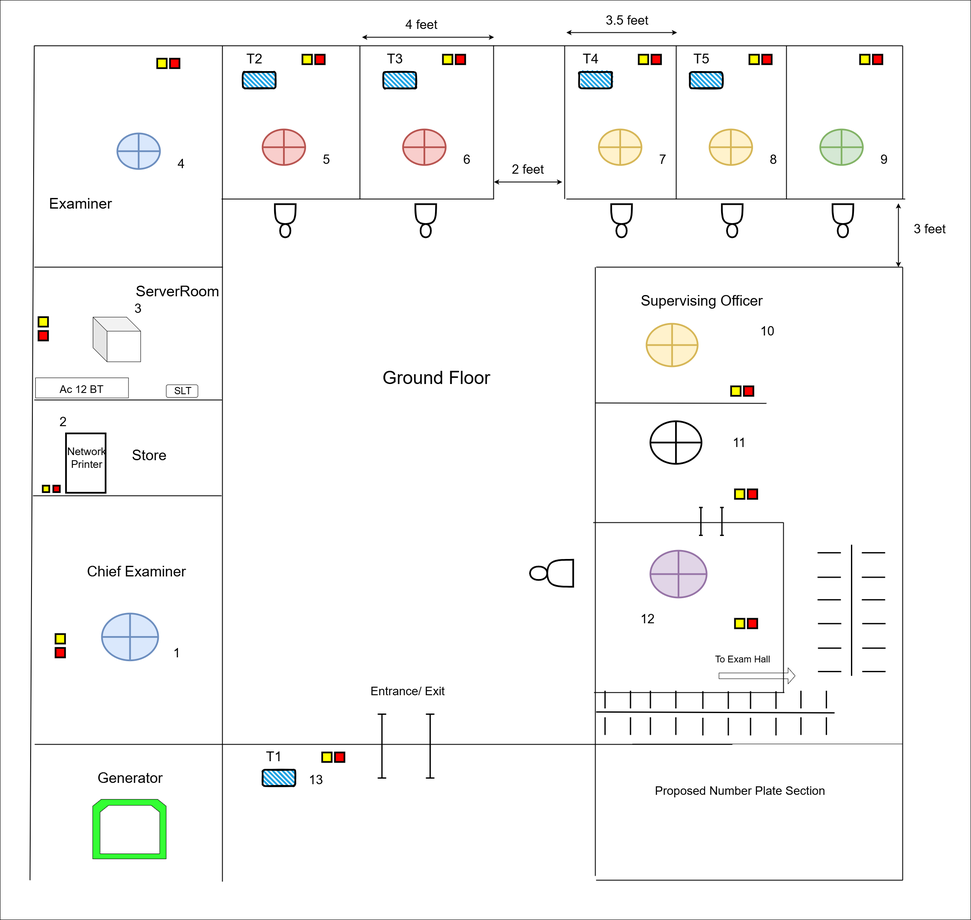
thushan-harshajeewa/dmt-diagrams keeps this draw.io diagram as Batticaload.png. Above is the earlier version. Source tidied: cells renumbered, new cells last; positions are measured from the earlier drawing's top-left corner, leaving out a move shared by most shapes.
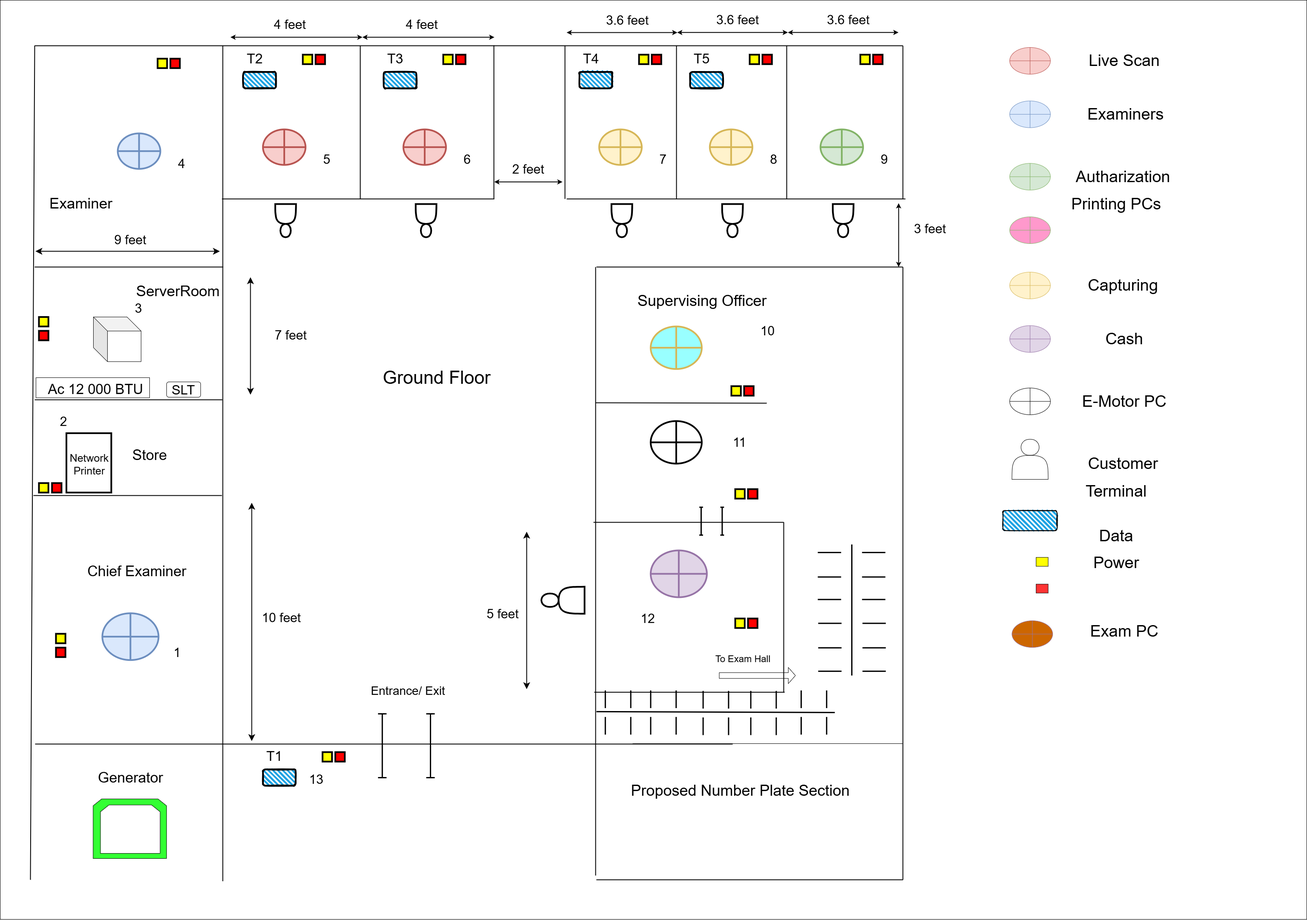
Later version of the same file.

Diff of the diagram source:
```diff
@@ -3,7 +3,7 @@
     <mxCell id="0" />
     <mxCell id="1" parent="0" />
     <mxCell id="2" style="rounded=0;whiteSpace=wrap;html=1;" parent="1" vertex="1">
-      <mxGeometry width="2280" height="2160" as="geometry" />
+      <mxGeometry x="-1" width="3070" height="2160" as="geometry" />
     </mxCell>
     <mxCell id="3" style="endArrow=none;html=1;strokeWidth=2;" parent="1" edge="1">
       <mxGeometry relative="1" as="geometry">
@@ -224,8 +224,8 @@
     <mxCell id="55" style="rounded=0;whiteSpace=wrap;html=1;fillColor=#FF0000;strokeWidth=4;" parent="1" vertex="1">
       <mxGeometry x="740" y="128" width="22.2" height="22.2" as="geometry" />
     </mxCell>
-    <mxCell id="56" style="shape=orEllipse;perimeter=ellipsePerimeter;whiteSpace=wrap;html=1;backgroundOutline=1;fillColor=#fff2cc;strokeColor=#d6b656;strokeWidth=4;" parent="1" vertex="1">
-      <mxGeometry x="1518.3" y="760" width="120" height="100" as="geometry" />
+    <mxCell id="56" style="shape=orEllipse;perimeter=ellipsePerimeter;whiteSpace=wrap;html=1;backgroundOutline=1;fillColor=#99FFFF;strokeColor=#d6b656;strokeWidth=4;" parent="1" vertex="1">
+      <mxGeometry x="1527.4" y="766.7" width="120" height="100" as="geometry" />
     </mxCell>
     <mxCell id="57" style="rounded=0;whiteSpace=wrap;html=1;fillColor=#FFFF00;strokeWidth=4;" parent="1" vertex="1">
       <mxGeometry x="1717" y="907" width="22.2" height="22.2" as="geometry" />
@@ -252,9 +252,9 @@
       <mxGeometry x="1756.1" y="1453" width="22.2" height="22.2" as="geometry" />
     </mxCell>
     <mxCell id="65" style="shape=actor;whiteSpace=wrap;html=1;direction=west;strokeWidth=4;rotation=90;" parent="1" vertex="1">
-      <mxGeometry x="1263.6" y="1295.4" width="63.3" height="101.3" as="geometry" />
+      <mxGeometry x="1289.6" y="1359.4" width="63.3" height="101.3" as="geometry" />
     </mxCell>
-    <mxCell id="66" value="&lt;font style=&quot;font-size: 34px;&quot;&gt;Supervising Officer&lt;/font&gt;" style="text;html=1;align=center;verticalAlign=middle;whiteSpace=wrap;rounded=0;strokeWidth=4;" parent="1" vertex="1">
+    <mxCell id="66" value="&lt;font style=&quot;font-size: 36px;&quot;&gt;Supervising Officer&lt;/font&gt;" style="text;html=1;align=center;verticalAlign=middle;whiteSpace=wrap;rounded=0;strokeWidth=4;" parent="1" vertex="1">
       <mxGeometry x="1488.4" y="695.7" width="320.6" height="20.3" as="geometry" />
     </mxCell>
     <mxCell id="67" value="&lt;font style=&quot;font-size: 34px;&quot;&gt;Chief Examiner&lt;/font&gt;" style="text;html=1;align=center;verticalAlign=middle;whiteSpace=wrap;rounded=0;strokeWidth=4;" parent="1" vertex="1">
@@ -279,16 +279,16 @@
       <mxGeometry x="218" y="744.4" width="112" height="104.9" as="geometry" />
     </mxCell>
     <mxCell id="74" style="rounded=1;whiteSpace=wrap;html=1;" parent="1" vertex="1">
-      <mxGeometry x="390" y="903.3" width="74.4" height="29.7" as="geometry" />
+      <mxGeometry x="390" y="897" width="80" height="36" as="geometry" />
     </mxCell>
     <mxCell id="75" style="rounded=0;whiteSpace=wrap;html=1;direction=south;" parent="1" vertex="1">
-      <mxGeometry x="83" y="887" width="218.3" height="47.3" as="geometry" />
+      <mxGeometry x="83" y="887" width="267" height="47.3" as="geometry" />
     </mxCell>
-    <mxCell id="76" value="&lt;font style=&quot;font-size: 25px;&quot;&gt;Ac 12 BT&lt;/font&gt;" style="text;html=1;align=center;verticalAlign=middle;whiteSpace=wrap;rounded=0;rotation=0;strokeWidth=2;" parent="1" vertex="1">
-      <mxGeometry x="136.7" y="910.9" width="109.2" height="4.7" as="geometry" />
+    <mxCell id="76" value="&lt;font style=&quot;font-size: 33px;&quot;&gt;Ac 12 000 BTU&lt;/font&gt;" style="text;html=1;align=center;verticalAlign=middle;whiteSpace=wrap;rounded=0;rotation=0;strokeWidth=2;" parent="1" vertex="1">
+      <mxGeometry x="96.7" y="910.9" width="253.3" height="4.7" as="geometry" />
     </mxCell>
-    <mxCell id="77" value="&lt;font style=&quot;font-size: 23px;&quot;&gt;SLT&lt;/font&gt;" style="text;html=1;align=center;verticalAlign=middle;whiteSpace=wrap;rounded=0;rotation=0;" parent="1" vertex="1">
-      <mxGeometry x="414.2" y="915.5" width="31" height="4.7" as="geometry" />
+    <mxCell id="77" value="&lt;font style=&quot;font-size: 31px;&quot;&gt;SLT&lt;/font&gt;" style="text;html=1;align=center;verticalAlign=middle;whiteSpace=wrap;rounded=0;rotation=0;" parent="1" vertex="1">
+      <mxGeometry x="414.2" y="912.5" width="31" height="4.7" as="geometry" />
     </mxCell>
     <mxCell id="78" value="&lt;font style=&quot;font-size: 30px;&quot;&gt;3&lt;/font&gt;" style="text;html=1;align=center;verticalAlign=middle;whiteSpace=wrap;rounded=0;strokeWidth=4;" parent="1" vertex="1">
       <mxGeometry x="309" y="718.1" width="29.5" height="11.8" as="geometry" />
@@ -551,8 +551,8 @@
         <mxPoint x="2120" y="2067" as="targetPoint" />
       </mxGeometry>
     </mxCell>
-    <mxCell id="128" value="&lt;font style=&quot;font-size: 28px;&quot;&gt;Proposed Number Plate Section&lt;/font&gt;" style="text;html=1;align=center;verticalAlign=middle;strokeColor=none;fillColor=none;" parent="1" vertex="1">
-      <mxGeometry x="1528.2" y="1832" width="420" height="50" as="geometry" />
+    <mxCell id="128" value="&lt;font style=&quot;font-size: 36px;&quot;&gt;Proposed Number Plate Section&lt;/font&gt;" style="text;html=1;align=center;verticalAlign=middle;strokeColor=none;fillColor=none;" parent="1" vertex="1">
+      <mxGeometry x="1468.2" y="1827" width="540" height="60" as="geometry" />
     </mxCell>
     <mxCell id="129" value="&lt;font style=&quot;font-size: 30px;&quot;&gt;1&lt;/font&gt;" style="text;html=1;align=center;verticalAlign=middle;whiteSpace=wrap;rounded=0;strokeWidth=4;" parent="1" vertex="1">
       <mxGeometry x="400" y="1526.6" width="29.5" height="11.8" as="geometry" />
@@ -602,7 +602,7 @@
         <mxPoint x="1590" y="76" as="targetPoint" />
       </mxGeometry>
     </mxCell>
-    <mxCell id="142" value="&lt;font style=&quot;font-size: 30px;&quot;&gt;3.5 feet&lt;/font&gt;" style="text;html=1;align=center;verticalAlign=middle;whiteSpace=wrap;rounded=0;strokeWidth=4;" parent="1" vertex="1">
+    <mxCell id="142" value="&lt;font style=&quot;font-size: 30px;&quot;&gt;3.6 feet&lt;/font&gt;" style="text;html=1;align=center;verticalAlign=middle;whiteSpace=wrap;rounded=0;strokeWidth=4;" parent="1" vertex="1">
       <mxGeometry x="1405.8" y="36.5" width="134.2" height="20.3" as="geometry" />
     </mxCell>
     <mxCell id="143" style="endArrow=classic;startArrow=classic;html=1;strokeWidth=2;" parent="1" edge="1">
@@ -648,19 +648,13 @@
       <mxGeometry x="786.4" y="1767" width="22.2" height="22.2" as="geometry" />
     </mxCell>
     <mxCell id="154" style="group;" parent="1" vertex="1">
-      <mxGeometry x="100" y="978" width="148.8" height="179" as="geometry" />
+      <mxGeometry x="100" y="978" width="160" height="179" as="geometry" />
     </mxCell>
     <mxCell id="155" style="rounded=0;whiteSpace=wrap;html=1;direction=south;strokeWidth=4;" parent="154" vertex="1">
-      <mxGeometry x="54.6" y="39.5" width="93" height="139.5" as="geometry" />
+      <mxGeometry x="54.5" y="39.5" width="105.5" height="139.5" as="geometry" />
     </mxCell>
-    <mxCell id="156" style="rounded=0;whiteSpace=wrap;html=1;fillColor=#FFFF00;strokeWidth=4;" parent="154" vertex="1">
-      <mxGeometry y="162.3" width="15.2" height="15.2" as="geometry" />
-    </mxCell>
-    <mxCell id="157" style="rounded=0;whiteSpace=wrap;html=1;fillColor=#FF0000;strokeWidth=4;" parent="154" vertex="1">
-      <mxGeometry x="24.8" y="162.3" width="15.2" height="15.2" as="geometry" />
-    </mxCell>
     <mxCell id="158" value="&lt;font style=&quot;font-size: 25px;&quot;&gt;Network Printer&lt;/font&gt;" style="text;html=1;align=center;verticalAlign=middle;whiteSpace=wrap;rounded=0;strokeWidth=4;" parent="154" vertex="1">
-      <mxGeometry x="58" y="86.5" width="90.8" height="18.6" as="geometry" />
+      <mxGeometry x="63" y="102.5" width="90.8" height="18.6" as="geometry" />
     </mxCell>
     <mxCell id="159" value="&lt;font style=&quot;font-size: 30px;&quot;&gt;2&lt;/font&gt;" style="text;html=1;align=center;verticalAlign=middle;whiteSpace=wrap;rounded=0;strokeWidth=4;" parent="154" vertex="1">
       <mxGeometry x="24.8" width="46.5" height="23.2" as="geometry" />
@@ -668,5 +662,146 @@
     <mxCell id="160" value="&lt;font style=&quot;font-size: 30px;&quot;&gt;13&lt;/font&gt;" style="text;html=1;align=center;verticalAlign=middle;whiteSpace=wrap;rounded=0;strokeWidth=4;" parent="1" vertex="1">
       <mxGeometry x="726.8" y="1825.5" width="29.5" height="11.8" as="geometry" />
     </mxCell>
+    <mxCell id="161" value="&lt;font style=&quot;font-size: 38px;&quot;&gt;Live Scan&lt;/font&gt;" style="text;html=1;align=center;verticalAlign=middle;whiteSpace=wrap;rounded=0;" parent="1" vertex="1">
+      <mxGeometry x="2512.7" y="111" width="255.2" height="62.9" as="geometry" />
+    </mxCell>
+    <mxCell id="162" value="&lt;font style=&quot;font-size: 38px;&quot;&gt;Examiners&lt;/font&gt;" style="text;html=1;align=center;verticalAlign=middle;whiteSpace=wrap;rounded=0;" parent="1" vertex="1">
+      <mxGeometry x="2515.6" y="236.7" width="255.2" height="62.9" as="geometry" />
+    </mxCell>
+    <mxCell id="163" value="&lt;font style=&quot;font-size: 38px;&quot;&gt;Autharization&lt;/font&gt;" style="text;html=1;align=center;verticalAlign=middle;whiteSpace=wrap;rounded=0;" parent="1" vertex="1">
+      <mxGeometry x="2509.9" y="383.4" width="255.2" height="62.9" as="geometry" />
+    </mxCell>
+    <mxCell id="164" style="shape=orEllipse;perimeter=ellipsePerimeter;whiteSpace=wrap;html=1;backgroundOutline=1;fillColor=#f8cecc;strokeColor=#b85450;" parent="1" vertex="1">
+      <mxGeometry x="2370.9" y="111" width="95.7" height="62.9" as="geometry" />
+    </mxCell>
+    <mxCell id="165" style="shape=orEllipse;perimeter=ellipsePerimeter;whiteSpace=wrap;html=1;backgroundOutline=1;fillColor=#dae8fc;strokeColor=#6c8ebf;" parent="1" vertex="1">
+      <mxGeometry x="2370.9" y="236.7" width="95.7" height="62.9" as="geometry" />
+    </mxCell>
+    <mxCell id="166" style="shape=orEllipse;perimeter=ellipsePerimeter;whiteSpace=wrap;html=1;backgroundOutline=1;fillColor=#d5e8d4;strokeColor=#82b366;" parent="1" vertex="1">
+      <mxGeometry x="2370.9" y="383.4" width="95.7" height="62.9" as="geometry" />
+    </mxCell>
+    <mxCell id="167" style="shape=orEllipse;perimeter=ellipsePerimeter;whiteSpace=wrap;html=1;backgroundOutline=1;fillColor=#fff2cc;strokeColor=#d6b656;" parent="1" vertex="1">
+      <mxGeometry x="2370.9" y="639" width="95.7" height="62.9" as="geometry" />
+    </mxCell>
+    <mxCell id="168" value="&lt;font style=&quot;font-size: 38px;&quot;&gt;Capturing&lt;/font&gt;" style="text;html=1;align=center;verticalAlign=middle;whiteSpace=wrap;rounded=0;" parent="1" vertex="1">
+      <mxGeometry x="2509.9" y="639" width="255.2" height="62.9" as="geometry" />
+    </mxCell>
+    <mxCell id="169" style="shape=orEllipse;perimeter=ellipsePerimeter;whiteSpace=wrap;html=1;backgroundOutline=1;fillColor=#e1d5e7;strokeColor=#9673a6;" parent="1" vertex="1">
+      <mxGeometry x="2370.9" y="764.7" width="95.7" height="62.9" as="geometry" />
+    </mxCell>
+    <mxCell id="170" value="&lt;font style=&quot;font-size: 38px;&quot;&gt;Cash&lt;/font&gt;" style="text;html=1;align=center;verticalAlign=middle;whiteSpace=wrap;rounded=0;" parent="1" vertex="1">
+      <mxGeometry x="2512.7" y="764.7" width="255.2" height="62.9" as="geometry" />
+    </mxCell>
+    <mxCell id="171" style="shape=orEllipse;perimeter=ellipsePerimeter;whiteSpace=wrap;html=1;backgroundOutline=1;" parent="1" vertex="1">
+      <mxGeometry x="2370.9" y="911.3" width="95.7" height="62.9" as="geometry" />
+    </mxCell>
+    <mxCell id="172" value="&lt;font style=&quot;font-size: 38px;&quot;&gt;E-Motor PC&lt;/font&gt;" style="text;html=1;align=center;verticalAlign=middle;whiteSpace=wrap;rounded=0;" parent="1" vertex="1">
+      <mxGeometry x="2512.7" y="911.3" width="255.2" height="62.9" as="geometry" />
+    </mxCell>
+    <mxCell id="173" style="shape=actor;whiteSpace=wrap;html=1;" parent="1" vertex="1">
+      <mxGeometry x="2376.3" y="1031.8" width="85.1" height="94.3" as="geometry" />
+    </mxCell>
+    <mxCell id="174" value="&lt;font style=&quot;font-size: 38px;&quot;&gt;Customer&lt;/font&gt;" style="text;html=1;align=center;verticalAlign=middle;whiteSpace=wrap;rounded=0;" parent="1" vertex="1">
+      <mxGeometry x="2509.9" y="1058" width="255.2" height="62.9" as="geometry" />
+    </mxCell>
+    <mxCell id="175" style="rounded=1;whiteSpace=wrap;html=1;strokeWidth=2;fillWeight=4;hachureGap=8;hachureAngle=45;fillColor=#1ba1e2;sketch=1;" parent="1" vertex="1">
+      <mxGeometry x="2355" y="1199.4" width="127.6" height="47.1" as="geometry" />
+    </mxCell>
+    <mxCell id="176" value="&lt;font style=&quot;font-size: 38px;&quot;&gt;Terminal&lt;/font&gt;" style="text;html=1;align=center;verticalAlign=middle;whiteSpace=wrap;rounded=0;" parent="1" vertex="1">
+      <mxGeometry x="2494.4" y="1122.7" width="255.2" height="62.9" as="geometry" />
+    </mxCell>
+    <mxCell id="177" value="&lt;font style=&quot;font-size: 38px;&quot;&gt;Data&lt;/font&gt;" style="text;html=1;align=center;verticalAlign=middle;whiteSpace=wrap;rounded=0;" parent="1" vertex="1">
+      <mxGeometry x="2494.4" y="1227.4" width="255.2" height="62.9" as="geometry" />
+    </mxCell>
+    <mxCell id="178" style="rounded=0;whiteSpace=wrap;html=1;fillColor=#FFFF00;" parent="1" vertex="1">
+      <mxGeometry x="2433" y="1309.4" width="28.4" height="21" as="geometry" />
+    </mxCell>
+    <mxCell id="179" style="rounded=0;whiteSpace=wrap;html=1;fillColor=#FF3333;" parent="1" vertex="1">
+      <mxGeometry x="2433" y="1372.2" width="28.4" height="21" as="geometry" />
+    </mxCell>
+    <mxCell id="180" value="&lt;font style=&quot;font-size: 38px;&quot;&gt;Power&lt;/font&gt;" style="text;html=1;align=center;verticalAlign=middle;whiteSpace=wrap;rounded=0;" parent="1" vertex="1">
+      <mxGeometry x="2494.4" y="1290.3" width="255.2" height="62.9" as="geometry" />
+    </mxCell>
+    <mxCell id="181" style="shape=orEllipse;perimeter=ellipsePerimeter;whiteSpace=wrap;html=1;backgroundOutline=1;fillColor=#CC6600;strokeColor=#9673a6;" parent="1" vertex="1">
+      <mxGeometry x="2376.3" y="1458.1" width="95.7" height="62.9" as="geometry" />
+    </mxCell>
+    <mxCell id="182" value="&lt;font style=&quot;font-size: 38px;&quot;&gt;Exam PC&lt;/font&gt;&lt;div&gt;&lt;br&gt;&lt;/div&gt;" style="text;html=1;align=center;verticalAlign=middle;whiteSpace=wrap;rounded=0;" parent="1" vertex="1">
+      <mxGeometry x="2512.7" y="1458.1" width="255.2" height="62.9" as="geometry" />
+    </mxCell>
+    <mxCell id="183" value="&lt;font style=&quot;font-size: 38px;&quot;&gt;Printing PCs&lt;/font&gt;" style="text;html=1;align=center;verticalAlign=middle;whiteSpace=wrap;rounded=0;" parent="1" vertex="1">
+      <mxGeometry x="2494.4" y="448.1" width="255.2" height="62.9" as="geometry" />
+    </mxCell>
+    <mxCell id="184" style="shape=orEllipse;perimeter=ellipsePerimeter;whiteSpace=wrap;html=1;backgroundOutline=1;fillColor=#FF99CC;strokeColor=#82b366;" parent="1" vertex="1">
+      <mxGeometry x="2371" y="509.1" width="95.7" height="62.9" as="geometry" />
+    </mxCell>
+    <mxCell id="185" style="endArrow=classic;startArrow=classic;html=1;strokeWidth=2;endSize=10;startSize=10;" parent="1" edge="1">
+      <mxGeometry relative="1" as="geometry">
+        <mxPoint x="1236" y="1619" as="sourcePoint" />
+        <mxPoint x="1236" y="1249" as="targetPoint" />
+      </mxGeometry>
+    </mxCell>
+    <mxCell id="186" value="&lt;font style=&quot;font-size: 30px;&quot;&gt;5 feet&lt;/font&gt;" style="text;html=1;align=center;verticalAlign=middle;whiteSpace=wrap;rounded=0;strokeWidth=4;" parent="1" vertex="1">
+      <mxGeometry x="1130" y="1432" width="100" height="20.3" as="geometry" />
+    </mxCell>
+    <mxCell id="187" style="endArrow=classic;startArrow=classic;html=1;strokeWidth=2;endSize=10;startSize=10;" parent="1" edge="1">
+      <mxGeometry relative="1" as="geometry">
+        <mxPoint x="587" y="927" as="sourcePoint" />
+        <mxPoint x="587" y="651.1" as="targetPoint" />
+      </mxGeometry>
+    </mxCell>
+    <mxCell id="188" value="&lt;font style=&quot;font-size: 30px;&quot;&gt;7 feet&lt;/font&gt;" style="text;html=1;align=center;verticalAlign=middle;whiteSpace=wrap;rounded=0;strokeWidth=4;" parent="1" vertex="1">
+      <mxGeometry x="632.2" y="777" width="100" height="20.3" as="geometry" />
+    </mxCell>
+    <mxCell id="189" style="endArrow=classic;startArrow=classic;html=1;strokeWidth=2;endSize=10;startSize=10;" parent="1" edge="1">
+      <mxGeometry relative="1" as="geometry">
+        <mxPoint x="515" y="590" as="sourcePoint" />
+        <mxPoint x="81.8" y="590" as="targetPoint" />
+      </mxGeometry>
+    </mxCell>
+    <mxCell id="190" value="&lt;font style=&quot;font-size: 30px;&quot;&gt;9 feet&lt;/font&gt;" style="text;html=1;align=center;verticalAlign=middle;whiteSpace=wrap;rounded=0;strokeWidth=4;" parent="1" vertex="1">
+      <mxGeometry x="255.3" y="552.9" width="100" height="20.3" as="geometry" />
+    </mxCell>
+    <mxCell id="191" value="&lt;font style=&quot;font-size: 30px;&quot;&gt;10 feet&lt;/font&gt;" style="text;html=1;align=center;verticalAlign=middle;whiteSpace=wrap;rounded=0;strokeWidth=4;" parent="1" vertex="1">
+      <mxGeometry x="610" y="1440.8" width="100" height="20.3" as="geometry" />
+    </mxCell>
+    <mxCell id="192" style="endArrow=classic;startArrow=classic;html=1;strokeWidth=2;endSize=10;startSize=10;" parent="1" edge="1">
+      <mxGeometry relative="1" as="geometry">
+        <mxPoint x="590" y="1741" as="sourcePoint" />
+        <mxPoint x="590" y="1181" as="targetPoint" />
+      </mxGeometry>
+    </mxCell>
+    <mxCell id="193" style="rounded=0;whiteSpace=wrap;html=1;fillColor=#FFFF00;strokeWidth=4;" parent="1" vertex="1">
+      <mxGeometry x="90" y="1134.8" width="22.2" height="22.2" as="geometry" />
+    </mxCell>
+    <mxCell id="194" style="rounded=0;whiteSpace=wrap;html=1;fillColor=#FF0000;strokeWidth=4;" parent="1" vertex="1">
+      <mxGeometry x="120.8" y="1134.8" width="22.2" height="22.2" as="geometry" />
+    </mxCell>
+    <mxCell id="195" style="endArrow=classic;startArrow=classic;html=1;strokeWidth=2;" parent="1" edge="1">
+      <mxGeometry relative="1" as="geometry">
+        <mxPoint x="1589.6" y="75.8" as="sourcePoint" />
+        <mxPoint x="1849.6" y="75.8" as="targetPoint" />
+      </mxGeometry>
+    </mxCell>
+    <mxCell id="196" value="&lt;font style=&quot;font-size: 30px;&quot;&gt;3.6 feet&lt;/font&gt;" style="text;html=1;align=center;verticalAlign=middle;whiteSpace=wrap;rounded=0;strokeWidth=4;" parent="1" vertex="1">
+      <mxGeometry x="1665.3" y="36.3" width="134.2" height="20.3" as="geometry" />
+    </mxCell>
+    <mxCell id="197" style="endArrow=classic;startArrow=classic;html=1;strokeWidth=2;" parent="1" edge="1">
+      <mxGeometry relative="1" as="geometry">
+        <mxPoint x="1849.6" y="75.8" as="sourcePoint" />
+        <mxPoint x="2109.6" y="75.8" as="targetPoint" />
+      </mxGeometry>
+    </mxCell>
+    <mxCell id="198" value="&lt;font style=&quot;font-size: 30px;&quot;&gt;3.6 feet&lt;/font&gt;" style="text;html=1;align=center;verticalAlign=middle;whiteSpace=wrap;rounded=0;strokeWidth=4;" parent="1" vertex="1">
+      <mxGeometry x="1925.3" y="36.3" width="134.2" height="20.3" as="geometry" />
+    </mxCell>
+    <mxCell id="199" style="endArrow=classic;startArrow=classic;html=1;strokeWidth=2;" parent="1" edge="1">
+      <mxGeometry relative="1" as="geometry">
+        <mxPoint x="540" y="87" as="sourcePoint" />
+        <mxPoint x="850" y="87" as="targetPoint" />
+      </mxGeometry>
+    </mxCell>
+    <mxCell id="200" value="&lt;font style=&quot;font-size: 30px;&quot;&gt;4 feet&lt;/font&gt;" style="text;html=1;align=center;verticalAlign=middle;whiteSpace=wrap;rounded=0;strokeWidth=4;" parent="1" vertex="1">
+      <mxGeometry x="630" y="47" width="100" height="20.3" as="geometry" />
+    </mxCell>
   </root>
 </mxGraphModel>
```
